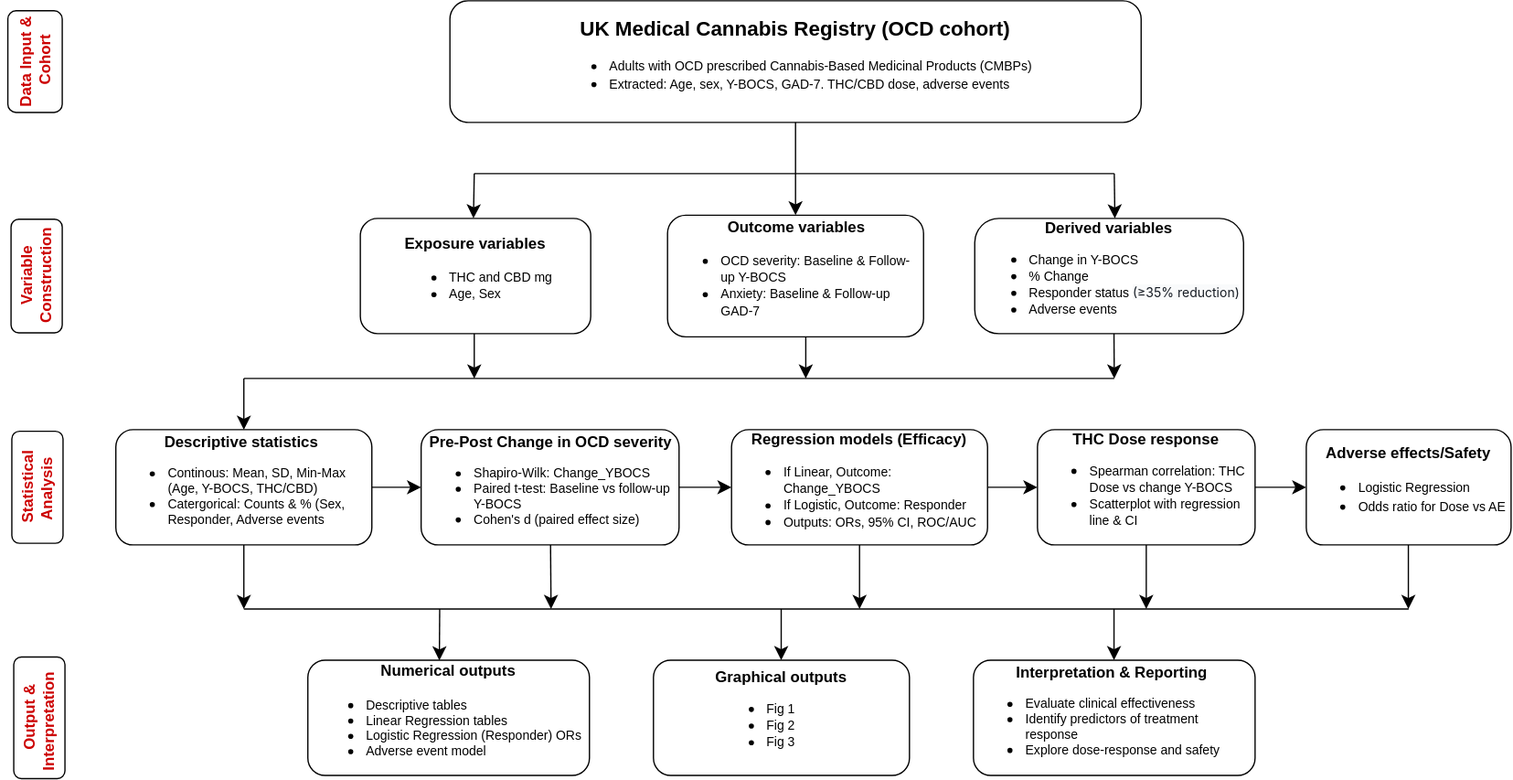
Earlier version of the draw.io export Untitled Diagram.drawio.svg (amy-gurung/first-data-project). Source tidied: cells renumbered, new cells last; positions are measured from the earlier drawing's top-left corner, leaving out a move shared by most shapes.
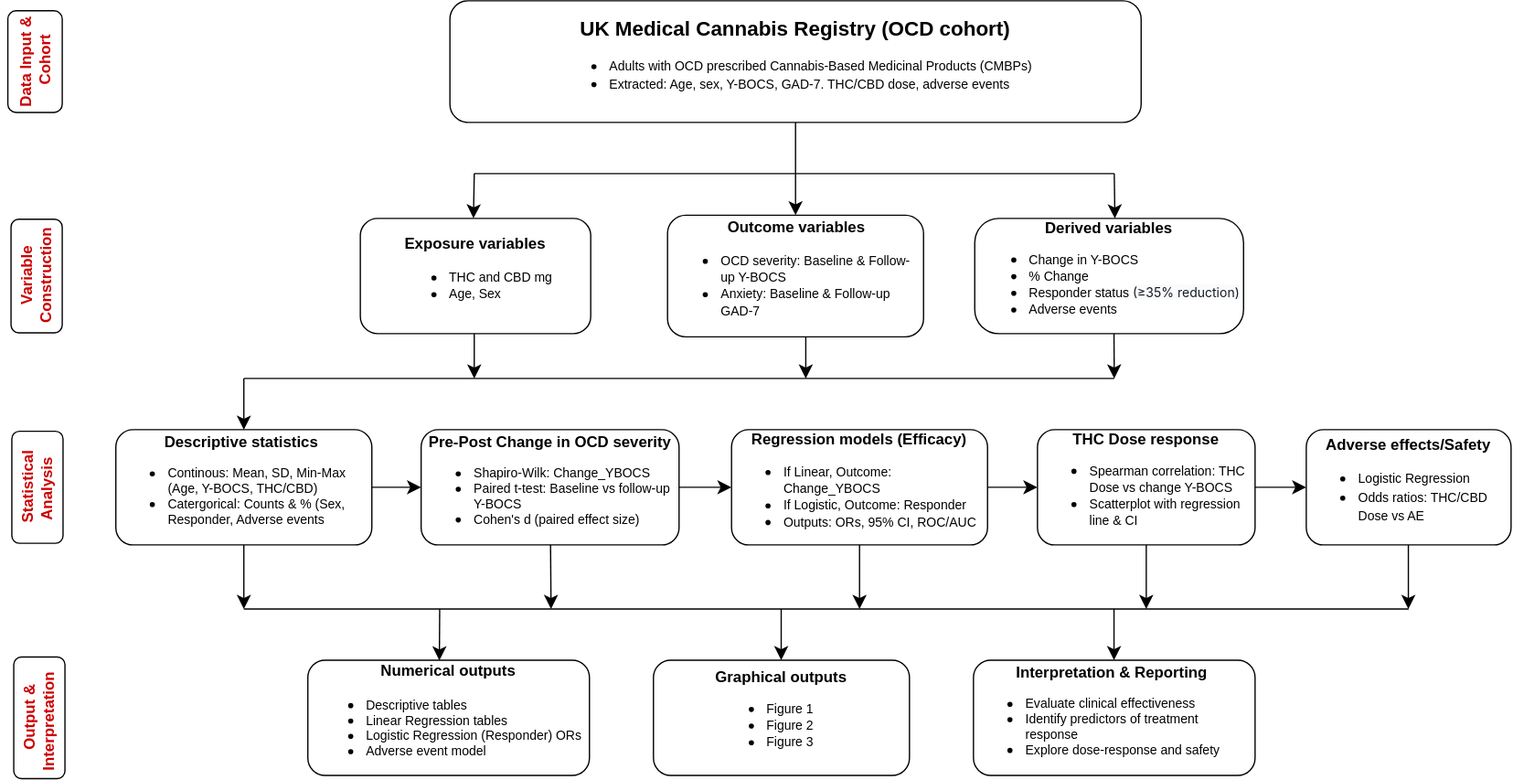
After the commit.

What changed in the source:
```diff
@@ -75,7 +75,7 @@
         <mxPoint x="1116.8" y="475" as="targetPoint" />
       </mxGeometry>
     </mxCell>
-    <mxCell id="21" value="&lt;font&gt;&lt;b&gt;Adverse effects/Safety&lt;/b&gt;&lt;/font&gt;&lt;div&gt;&lt;ul&gt;&lt;li style=&quot;text-align: left;&quot;&gt;&lt;span style=&quot;font-size: 10px;&quot;&gt;Logistic Regression&lt;/span&gt;&lt;br&gt;&lt;/li&gt;&lt;li style=&quot;text-align: left;&quot;&gt;&lt;span style=&quot;font-size: 10px;&quot;&gt;Odds ratio for Dose vs AE&amp;nbsp;&lt;/span&gt;&lt;br&gt;&lt;/li&gt;&lt;/ul&gt;&lt;/div&gt;" style="rounded=1;whiteSpace=wrap;html=1;labelBackgroundColor=none;" parent="1" vertex="1">
+    <mxCell id="21" value="&lt;font&gt;&lt;b&gt;Adverse effects/Safety&lt;/b&gt;&lt;/font&gt;&lt;div&gt;&lt;ul&gt;&lt;li style=&quot;text-align: left;&quot;&gt;&lt;span style=&quot;font-size: 10px;&quot;&gt;Logistic Regression&lt;/span&gt;&lt;br&gt;&lt;/li&gt;&lt;li style=&quot;text-align: left;&quot;&gt;&lt;span style=&quot;font-size: 10px;&quot;&gt;Odds ratios: THC/CBD Dose vs AE&amp;nbsp;&lt;/span&gt;&lt;br&gt;&lt;/li&gt;&lt;/ul&gt;&lt;/div&gt;" style="rounded=1;whiteSpace=wrap;html=1;labelBackgroundColor=none;" parent="1" vertex="1">
       <mxGeometry x="1037" y="335" width="160" height="90" as="geometry" />
     </mxCell>
     <mxCell id="22" style="edgeStyle=none;curved=1;rounded=0;orthogonalLoop=1;jettySize=auto;html=1;exitX=0.5;exitY=1;exitDx=0;exitDy=0;fontSize=12;startSize=8;endSize=8;labelBackgroundColor=none;fontColor=default;" parent="1" edge="1" source="16" target="16">
@@ -84,7 +84,7 @@
     <mxCell id="23" value="&lt;b style=&quot;text-align: left; line-height: 100%;&quot;&gt;Numerical outputs&lt;/b&gt;&lt;br&gt;&lt;ul style=&quot;line-height: 100%;&quot;&gt;&lt;li style=&quot;text-align: left;&quot;&gt;&lt;font style=&quot;font-size: 10px; line-height: 100%;&quot;&gt;Descriptive tables&lt;br&gt;&lt;/font&gt;&lt;/li&gt;&lt;li style=&quot;text-align: left;&quot;&gt;&lt;font style=&quot;font-size: 10px; line-height: 100%;&quot;&gt;Linear Regression tables&lt;br&gt;&lt;/font&gt;&lt;/li&gt;&lt;li style=&quot;text-align: left;&quot;&gt;&lt;font style=&quot;font-size: 10px; line-height: 100%;&quot;&gt;Logistic Regression (Responder) ORs&lt;br&gt;&lt;/font&gt;&lt;/li&gt;&lt;li style=&quot;text-align: left;&quot;&gt;&lt;font style=&quot;font-size: 10px; line-height: 100%;&quot;&gt;Adverse event model&amp;nbsp;&lt;/font&gt;&lt;br&gt;&lt;/li&gt;&lt;/ul&gt;" style="rounded=1;whiteSpace=wrap;html=1;labelBackgroundColor=none;" parent="1" vertex="1">
       <mxGeometry x="257" y="515" width="220" height="90" as="geometry" />
     </mxCell>
-    <mxCell id="24" value="&lt;div style=&quot;line-height: 100%;&quot;&gt;&lt;b&gt;Graphical outputs&lt;/b&gt;&lt;div&gt;&lt;ul&gt;&lt;li style=&quot;text-align: left;&quot;&gt;&lt;font style=&quot;font-size: 10px;&quot;&gt;Fig 1&lt;br&gt;&lt;/font&gt;&lt;/li&gt;&lt;li style=&quot;text-align: left;&quot;&gt;&lt;font style=&quot;font-size: 10px;&quot;&gt;Fig 2&lt;br&gt;&lt;/font&gt;&lt;/li&gt;&lt;li style=&quot;text-align: left;&quot;&gt;&lt;font style=&quot;font-size: 10px;&quot;&gt;Fig 3&amp;nbsp;&lt;/font&gt;&lt;br&gt;&lt;/li&gt;&lt;/ul&gt;&lt;/div&gt;&lt;/div&gt;" style="rounded=1;whiteSpace=wrap;html=1;labelBackgroundColor=none;" parent="1" vertex="1">
+    <mxCell id="24" value="&lt;div style=&quot;line-height: 100%;&quot;&gt;&lt;b&gt;Graphical outputs&lt;/b&gt;&lt;div&gt;&lt;ul&gt;&lt;li style=&quot;text-align: left;&quot;&gt;&lt;font style=&quot;font-size: 10px;&quot;&gt;Figure 1&lt;br&gt;&lt;/font&gt;&lt;/li&gt;&lt;li style=&quot;text-align: left;&quot;&gt;&lt;font style=&quot;font-size: 10px;&quot;&gt;Figure 2&lt;br&gt;&lt;/font&gt;&lt;/li&gt;&lt;li style=&quot;text-align: left;&quot;&gt;&lt;font style=&quot;font-size: 10px;&quot;&gt;Figure 3&amp;nbsp;&lt;/font&gt;&lt;br&gt;&lt;/li&gt;&lt;/ul&gt;&lt;/div&gt;&lt;/div&gt;" style="rounded=1;whiteSpace=wrap;html=1;labelBackgroundColor=none;" parent="1" vertex="1">
       <mxGeometry x="527" y="515" width="200" height="90" as="geometry" />
     </mxCell>
     <mxCell id="25" value="&lt;div style=&quot;line-height: 100%;&quot;&gt;&lt;span style=&quot;text-align: left;&quot;&gt;&lt;b&gt;&lt;font&gt;Interpretation &amp;amp; Reporting&amp;nbsp;&lt;/font&gt;&lt;/b&gt;&lt;/span&gt;&lt;br&gt;&lt;ul&gt;&lt;li style=&quot;text-align: left;&quot;&gt;&lt;font style=&quot;font-size: 10px; line-height: 100%;&quot;&gt;Evaluate clinical effectiveness&lt;br&gt;&lt;/font&gt;&lt;/li&gt;&lt;li style=&quot;text-align: left;&quot;&gt;&lt;font style=&quot;font-size: 10px; line-height: 100%;&quot;&gt;Identify predictors of treatment response&lt;br&gt;&lt;/font&gt;&lt;/li&gt;&lt;li style=&quot;text-align: left;&quot;&gt;&lt;font style=&quot;font-size: 10px; line-height: 100%;&quot;&gt;Explore dose-response and safety&amp;nbsp;&lt;/font&gt;&lt;/li&gt;&lt;/ul&gt;&lt;/div&gt;" style="rounded=1;whiteSpace=wrap;html=1;labelBackgroundColor=none;" parent="1" vertex="1">
```
